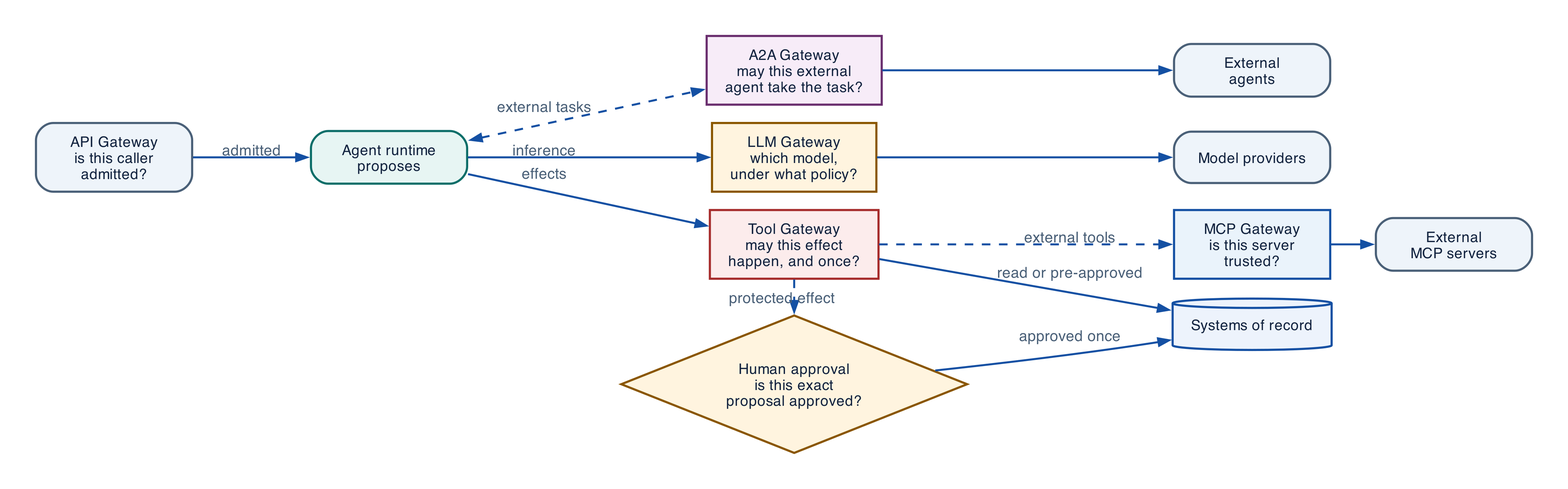
Earlier version of the Graphviz export assets/diagrams/gateway-roles.png (rrahimi-uci/building-enterprise-general-intelligence). Its source is kept beside it as assets/diagrams/src/gateway-roles.gv. Its diagram source:
```dot
digraph gateway_roles {
  rankdir = LR
  graph [ranksep=0.42, nodesep=0.18]
  node [width=1.52, fontsize=10.2]

  agent [label="Agent runtime\nproposes", fillcolor="#E7F5F3", color="#0D6E69"]
  api [label="API Gateway\nis this caller\nadmitted?", fillcolor="#EEF4FA", color="#4A6078"]
  a2a [label="A2A Gateway\nmay this external\nagent take the task?", fillcolor="#F7ECF8", color="#6A2E6E", style=filled]
  llm [label="LLM Gateway\nwhich model,\nunder what policy?", fillcolor="#FFF4DF", color="#8A5600", style=filled]
  tool [label="Tool Gateway\nmay this effect\nhappen, and once?", fillcolor="#FCECEC", color="#A62C2C", style=filled]
  mcp [label="MCP Gateway\nis this server\ntrusted?", fillcolor="#EAF3FB", color="#1450A3", style=filled]
  approval [label="Human approval\nis this exact\nproposal approved?", fillcolor="#FFF4DF", color="#8A5600", shape=diamond, style=filled]
  prov [label="Model providers", fillcolor="#EEF4FA", color="#4A6078"]
  ext [label="External\nMCP servers", fillcolor="#EEF4FA", color="#4A6078"]
  peers [label="External\nagents", fillcolor="#EEF4FA", color="#4A6078"]
  sys [label="Systems of record", fillcolor="#EDF3FC", color="#1450A3", shape=cylinder, style=filled]

  api -> agent [label="  admitted  "]
  agent -> llm [label="  inference  "]
  agent -> tool [label="  effects  "]
  llm -> prov
  tool -> sys [label="  read or pre-approved  "]
  tool -> approval [label="  protected effect  ", style=dashed]
  approval -> sys [label="  approved once  "]
  tool -> mcp [label="  external tools  ", style=dashed]
  mcp -> ext
  agent -> a2a [label="  external tasks  ", style=dashed, dir=both]
  a2a -> peers
  { rank=same; llm; tool; approval }
}
```
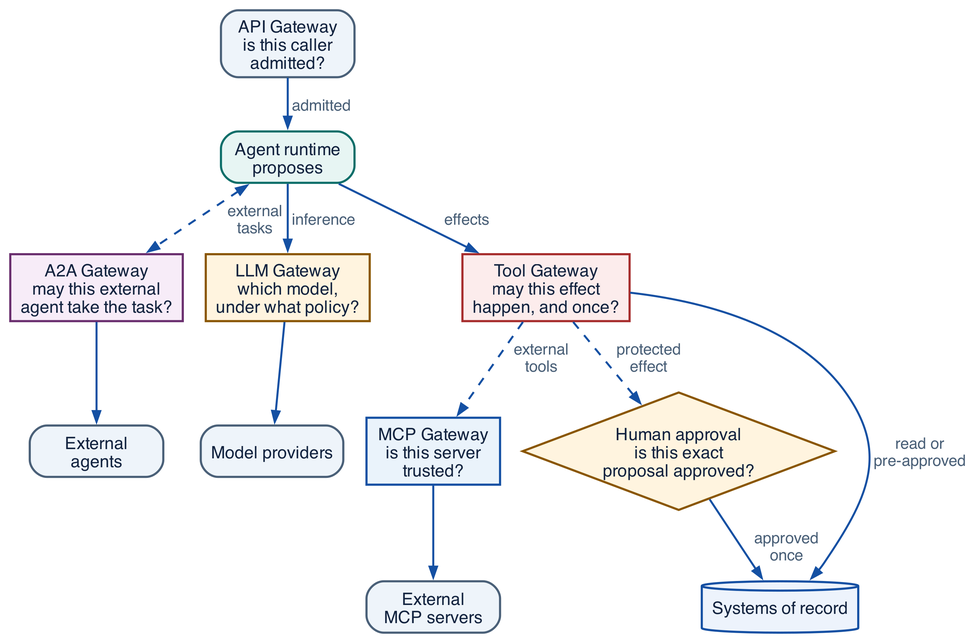
After the commit.

Change to the diagram source:
```diff
@@ -1,7 +1,8 @@
 digraph gateway_roles {
-  rankdir = LR
-  graph [ranksep=0.42, nodesep=0.18]
-  node [width=1.52, fontsize=10.2]
+  rankdir = TB
+  graph [ranksep=0.36, nodesep=0.22, pad=0.1]
+  node [width=1.3, fontsize=12, margin="0.10,0.06"]
+  edge [fontsize=11]
 
   agent [label="Agent runtime\nproposes", fillcolor="#E7F5F3", color="#0D6E69"]
   api [label="API Gateway\nis this caller\nadmitted?", fillcolor="#EEF4FA", color="#4A6078"]
@@ -9,22 +10,23 @@
   llm [label="LLM Gateway\nwhich model,\nunder what policy?", fillcolor="#FFF4DF", color="#8A5600", style=filled]
   tool [label="Tool Gateway\nmay this effect\nhappen, and once?", fillcolor="#FCECEC", color="#A62C2C", style=filled]
   mcp [label="MCP Gateway\nis this server\ntrusted?", fillcolor="#EAF3FB", color="#1450A3", style=filled]
-  approval [label="Human approval\nis this exact\nproposal approved?", fillcolor="#FFF4DF", color="#8A5600", shape=diamond, style=filled]
+  approval [label="Human approval\nis this exact\nproposal approved?", fillcolor="#FFF4DF", color="#8A5600", shape=diamond, style=filled, margin="0.02,0.02"]
   prov [label="Model providers", fillcolor="#EEF4FA", color="#4A6078"]
   ext [label="External\nMCP servers", fillcolor="#EEF4FA", color="#4A6078"]
   peers [label="External\nagents", fillcolor="#EEF4FA", color="#4A6078"]
   sys [label="Systems of record", fillcolor="#EDF3FC", color="#1450A3", shape=cylinder, style=filled]
 
-  api -> agent [label="  admitted  "]
-  agent -> llm [label="  inference  "]
-  agent -> tool [label="  effects  "]
+  api -> agent [label=" admitted"]
+  agent -> llm [label=" inference"]
+  agent -> tool [label=" effects"]
   llm -> prov
-  tool -> sys [label="  read or pre-approved  "]
-  tool -> approval [label="  protected effect  ", style=dashed]
-  approval -> sys [label="  approved once  "]
-  tool -> mcp [label="  external tools  ", style=dashed]
+  tool -> sys [label=" read or\n pre-approved"]
+  tool -> approval [label=" protected\n effect", style=dashed]
+  approval -> sys [label=" approved\n once"]
+  tool -> mcp [label=" external\n tools", style=dashed]
   mcp -> ext
-  agent -> a2a [label="  external tasks  ", style=dashed, dir=both]
+  agent -> a2a [label=" external\n tasks", style=dashed, dir=both]
   a2a -> peers
-  { rank=same; llm; tool; approval }
+  { rank=same; a2a; llm; tool }
+  { rank=same; peers; prov; mcp; approval }
 }
```
